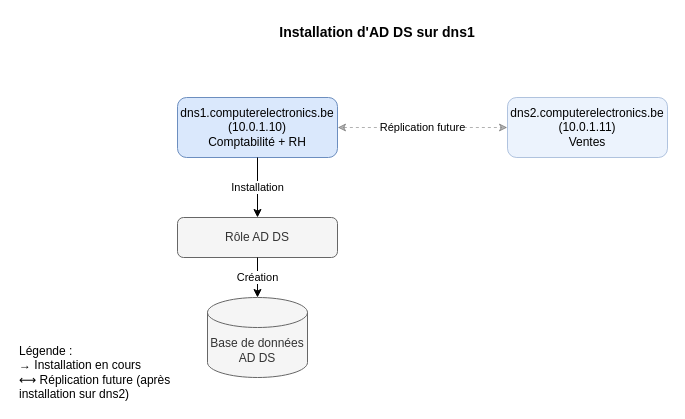
The draw.io diagram diagrams/dns_ad_installation.drawio in choquitofrito/ActiveDirectory, before the edit. Source tidied: cells renumbered, new cells numbered last; positions are measured from the earlier drawing's top-left corner, leaving out a move shared by most shapes. Both pictures are drawn from the tidied source at 100%, with x=0, y=0 at pixel (17, 17).
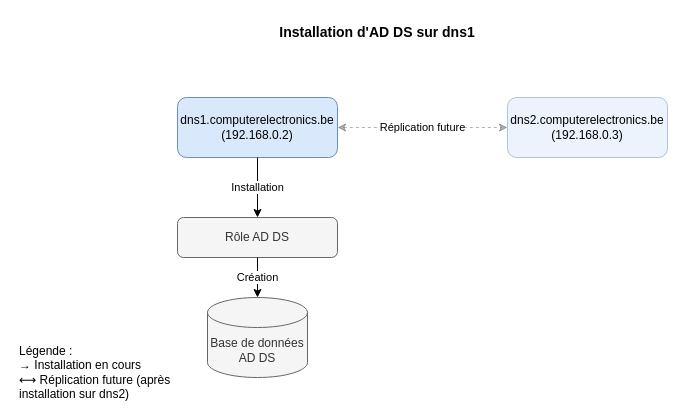
After the change.

Diff of the diagram source:
```diff
@@
 <mxGraphModel>
   <root>
     <mxCell id="0" />
     <mxCell id="1" parent="0" />
-    <mxCell id="2" value="dns1.computerelectronics.be&#10;(10.0.1.10)&#10;Comptabilité + RH" style="rounded=1;whiteSpace=wrap;html=1;fillColor=#dae8fc;strokeColor=#6c8ebf;" parent="1" vertex="1">
+    <mxCell id="2" value="dns1.computerelectronics.be&lt;br&gt;(192.168.0.2)&lt;br&gt;" style="rounded=1;whiteSpace=wrap;html=1;fillColor=#dae8fc;strokeColor=#6c8ebf;" parent="1" vertex="1">
       <mxGeometry x="160" y="80" width="160" height="60" as="geometry" />
     </mxCell>
-    <mxCell id="3" value="dns2.computerelectronics.be&#10;(10.0.1.11)&#10;Ventes" style="rounded=1;whiteSpace=wrap;html=1;fillColor=#dae8fc;strokeColor=#6c8ebf;opacity=50;" parent="1" vertex="1">
+    <mxCell id="3" value="dns2.computerelectronics.be&lt;br&gt;(192.168.0.3)" style="rounded=1;whiteSpace=wrap;html=1;fillColor=#dae8fc;strokeColor=#6c8ebf;opacity=50;" parent="1" vertex="1">
       <mxGeometry x="490" y="80" width="160" height="60" as="geometry" />
     </mxCell>
     <mxCell id="4" value="Rôle AD DS" style="rounded=1;whiteSpace=wrap;html=1;fillColor=#f5f5f5;strokeColor=#666666;fontColor=#333333;" parent="1" vertex="1">
       <mxGeometry x="160" y="200" width="160" height="40" as="geometry" />
     </mxCell>
     <mxCell id="5" value="Base de données AD DS" style="shape=cylinder3;whiteSpace=wrap;html=1;boundedLbl=1;backgroundOutline=1;size=15;fillColor=#f5f5f5;strokeColor=#666666;fontColor=#333333;" parent="1" vertex="1">
       <mxGeometry x="190" y="280" width="100" height="80" as="geometry" />
     </mxCell>
     <mxCell id="6" value="Installation" style="endArrow=classic;html=1;exitX=0.5;exitY=1;exitDx=0;exitDy=0;entryX=0.5;entryY=0;entryDx=0;entryDy=0;" parent="1" edge="1" source="2" target="4">
       <mxGeometry relative="1" as="geometry" />
     </mxCell>
     <mxCell id="7" value="Création" style="endArrow=classic;html=1;exitX=0.5;exitY=1;exitDx=0;exitDy=0;entryX=0.5;entryY=0;entryDx=0;entryDy=0;" parent="1" edge="1" source="4" target="5">
       <mxGeometry relative="1" as="geometry" />
     </mxCell>
     <mxCell id="8" value="Réplication future" style="endArrow=classic;startArrow=classic;html=1;exitX=1;exitY=0.5;exitDx=0;exitDy=0;entryX=0;entryY=0.5;entryDx=0;entryDy=0;dashed=1;opacity=30;" parent="1" edge="1" source="2" target="3">
       <mxGeometry relative="1" as="geometry" />
     </mxCell>
     <mxCell id="9" value="Installation d'AD DS sur dns1" style="text;html=1;strokeColor=none;fillColor=none;align=center;verticalAlign=middle;whiteSpace=wrap;rounded=0;fontSize=14;fontStyle=1;" parent="1" vertex="1">
       <mxGeometry x="240" width="240" height="30" as="geometry" />
     </mxCell>
     <mxCell id="10" value="Légende :&#10;→ Installation en cours&#10;⟷ Réplication future (après installation sur dns2)" style="text;html=1;strokeColor=none;fillColor=none;align=left;verticalAlign=top;whiteSpace=wrap;rounded=0;" parent="1" vertex="1">
       <mxGeometry y="320" width="160" height="60" as="geometry" />
     </mxCell>
   </root>
 </mxGraphModel>
```
